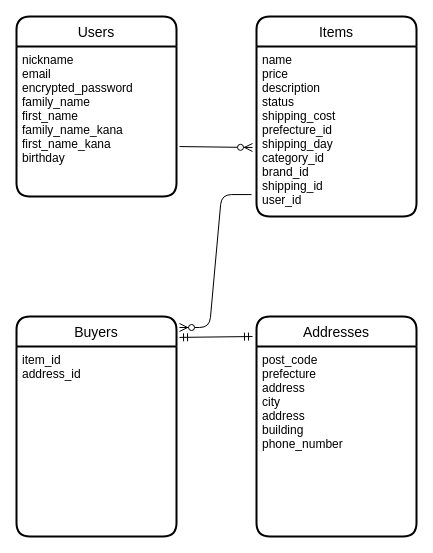
The draw.io diagram furima.dio in koume-gdg/furima-33451, before the edit. Source tidied: cells renumbered, new cells numbered last; positions are measured from the earlier drawing's top-left corner, leaving out a move shared by most shapes. Both pictures are drawn from the tidied source at 100%, with x=0, y=0 at pixel (16, 16).
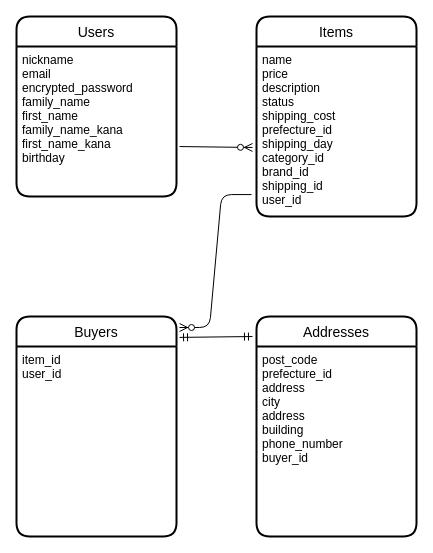
After the change.

Commit message (it also covers changes not shown here):
データベース設計4

購入情報のアソシエーション修正
has_oneで不要なカラムの削除

Change to the diagram source:
```diff
@@
 <mxGraphModel>
   <root>
     <mxCell id="0" />
     <mxCell id="1" parent="0" />
     <mxCell id="2" value="Users" style="swimlane;horizontal=1;startSize=30;rounded=1;fontSize=14;fontStyle=0;strokeWidth=2;shadow=0;dashed=0;align=center;" parent="1" vertex="1">
       <mxGeometry width="160" height="180" as="geometry" />
     </mxCell>
     <mxCell id="3" value="nickname&#10;email&#10;encrypted_password&#10;family_name&#10;first_name&#10;family_name_kana&#10;first_name_kana&#10;birthday" style="align=left;strokeColor=none;fillColor=none;spacingLeft=4;fontSize=12;verticalAlign=top;" parent="2" vertex="1">
       <mxGeometry y="30" width="160" height="150" as="geometry" />
     </mxCell>
     <mxCell id="4" value="Items" style="swimlane;horizontal=1;startSize=30;rounded=1;fontSize=14;fontStyle=0;strokeWidth=2;shadow=0;dashed=0;align=center;" parent="1" vertex="1">
       <mxGeometry x="240" width="160" height="200" as="geometry" />
     </mxCell>
     <mxCell id="5" value="name&#10;price&#10;description&#10;status&#10;shipping_cost&#10;prefecture_id&#10;shipping_day&#10;category_id&#10;brand_id&#10;shipping_id&#10;user_id" style="align=left;strokeColor=none;fillColor=none;spacingLeft=4;fontSize=12;verticalAlign=top;" parent="4" vertex="1">
       <mxGeometry y="30" width="160" height="170" as="geometry" />
     </mxCell>
     <mxCell id="6" value="Buyers" style="swimlane;horizontal=1;startSize=30;rounded=1;fontSize=14;fontStyle=0;strokeWidth=2;shadow=0;dashed=0;align=center;" parent="1" vertex="1">
       <mxGeometry y="300" width="160" height="220" as="geometry" />
     </mxCell>
-    <mxCell id="7" value="item_id&#10;address_id" style="align=left;strokeColor=none;fillColor=none;spacingLeft=4;fontSize=12;verticalAlign=top;" parent="6" vertex="1">
+    <mxCell id="7" value="item_id&#10;user_id" style="align=left;strokeColor=none;fillColor=none;spacingLeft=4;fontSize=12;verticalAlign=top;" parent="6" vertex="1">
       <mxGeometry y="30" width="160" height="190" as="geometry" />
     </mxCell>
     <mxCell id="8" style="edgeStyle=none;rounded=0;orthogonalLoop=1;jettySize=auto;html=1;exitX=0.5;exitY=1;exitDx=0;exitDy=0;" parent="6" edge="1" source="7" target="7">
       <mxGeometry relative="1" as="geometry" />
     </mxCell>
     <mxCell id="9" value="Addresses" style="swimlane;horizontal=1;startSize=30;rounded=1;fontSize=14;fontStyle=0;strokeWidth=2;shadow=0;dashed=0;align=center;" parent="1" vertex="1">
       <mxGeometry x="240" y="300" width="160" height="220" as="geometry" />
     </mxCell>
     <mxCell id="10" style="edgeStyle=none;rounded=0;jettySize=auto;html=1;exitX=0.5;exitY=1;exitDx=0;exitDy=0;entryX=0.5;entryY=1;entryDx=0;entryDy=0;" parent="9" edge="1" source="11" target="9">
       <mxGeometry relative="1" as="geometry" />
     </mxCell>
-    <mxCell id="11" value="post_code&#10;prefecture&#10;address&#10;city&#10;address&#10;building&#10;phone_number&#10;" style="align=left;strokeColor=none;fillColor=none;spacingLeft=4;fontSize=12;verticalAlign=top;" parent="9" vertex="1">
+    <mxCell id="11" value="post_code&#10;prefecture_id&#10;address&#10;city&#10;address&#10;building&#10;phone_number&#10;buyer_id" style="align=left;strokeColor=none;fillColor=none;spacingLeft=4;fontSize=12;verticalAlign=top;" parent="9" vertex="1">
       <mxGeometry y="30" width="160" height="190" as="geometry" />
     </mxCell>
     <mxCell id="12" style="edgeStyle=none;rounded=0;orthogonalLoop=1;jettySize=auto;html=1;exitX=0.5;exitY=0;exitDx=0;exitDy=0;" parent="1" edge="1" source="6" target="6">
       <mxGeometry relative="1" as="geometry" />
     </mxCell>
     <mxCell id="13" style="fontSize=12;html=1;endArrow=ERmandOne;startArrow=ERmandOne;exitX=1.019;exitY=0.095;exitDx=0;exitDy=0;exitPerimeter=0;entryX=-0.025;entryY=0.091;entryDx=0;entryDy=0;entryPerimeter=0;" parent="1" edge="1" source="6" target="9">
       <mxGeometry relative="1" as="geometry" />
     </mxCell>
     <mxCell id="14" style="edgeStyle=entityRelationEdgeStyle;fontSize=12;html=1;endArrow=ERzeroToMany;endFill=1;entryX=1.019;entryY=0.05;entryDx=0;entryDy=0;entryPerimeter=0;exitX=-0.031;exitY=0.871;exitDx=0;exitDy=0;exitPerimeter=0;" parent="1" edge="1" source="5" target="6">
       <mxGeometry relative="1" as="geometry" />
     </mxCell>
     <mxCell id="15" style="fontSize=12;html=1;endArrow=ERzeroToMany;endFill=1;exitX=1.019;exitY=0.667;exitDx=0;exitDy=0;exitPerimeter=0;entryX=-0.025;entryY=0.594;entryDx=0;entryDy=0;entryPerimeter=0;" parent="1" edge="1" source="3" target="5">
       <mxGeometry relative="1" as="geometry" />
     </mxCell>
   </root>
 </mxGraphModel>
```
